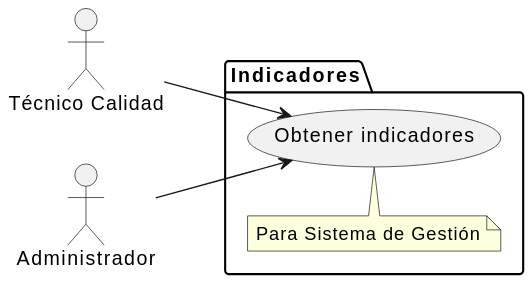
mmasias/24-25-IdSw1-SDR keeps this PlantUML diagram as images/modelosUML/CdU/Individuales/ObtenerIndicadores.svg. Above is the earlier version.
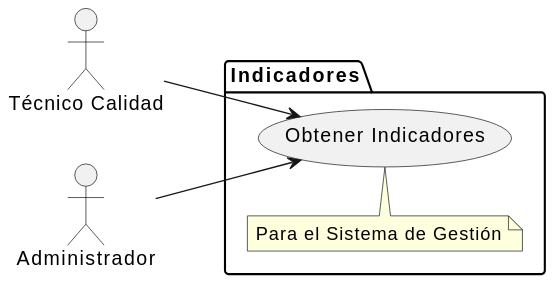
The same file after the commit.

What changed in the source:
```diff
@@ -5,9 +5,9 @@
 actor "Administrador" as admin
 
 package "Indicadores" as indicadores {
-    usecase "Obtener indicadores" as obtenerIndicadores
+    usecase "Obtener Indicadores" as obtenerIndicadores
     note top of obtenerIndicadores
-    Para Sistema de Gestión
+        Para el Sistema de Gestión
     end note
 }
 
```
